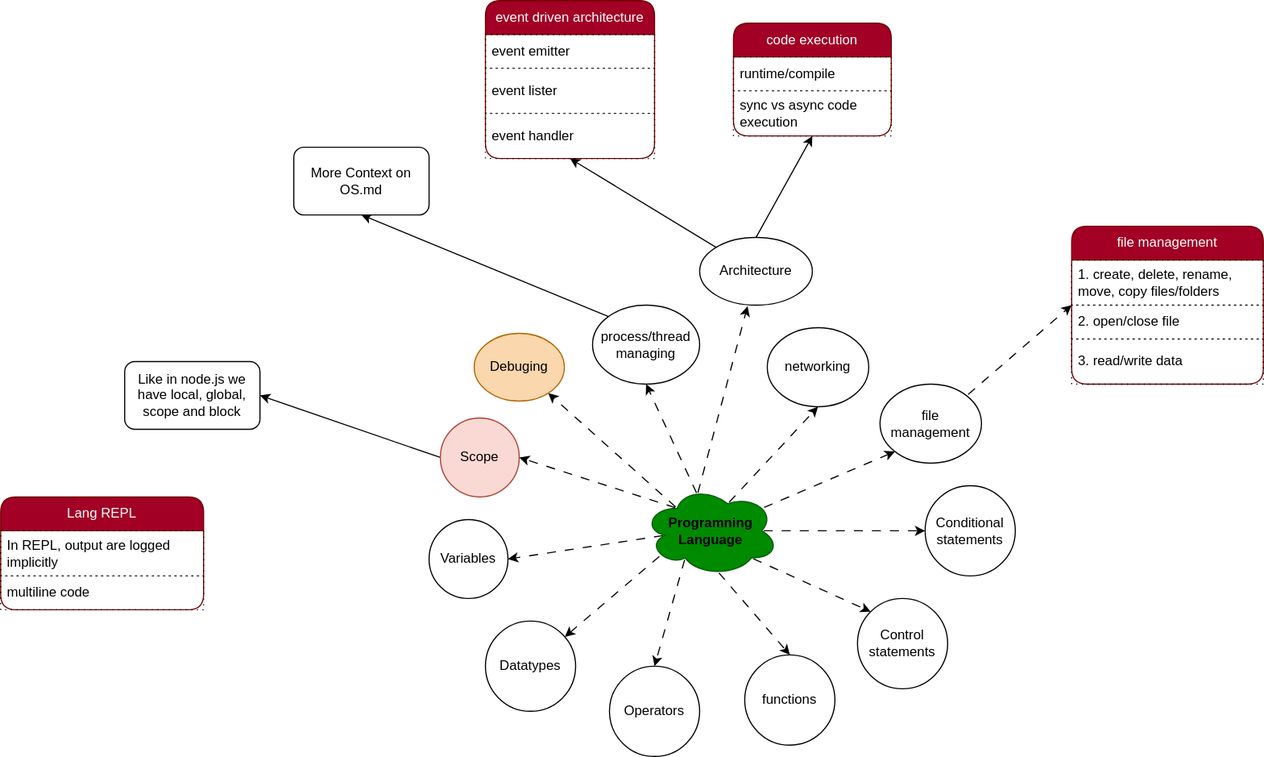
Earlier version of the draw.io export programming-langs/pl.svg (knkrn5/Programming-Concepts). Source tidied: cells renumbered, new cells last; positions are measured from the earlier drawing's top-left corner, leaving out a move shared by most shapes.
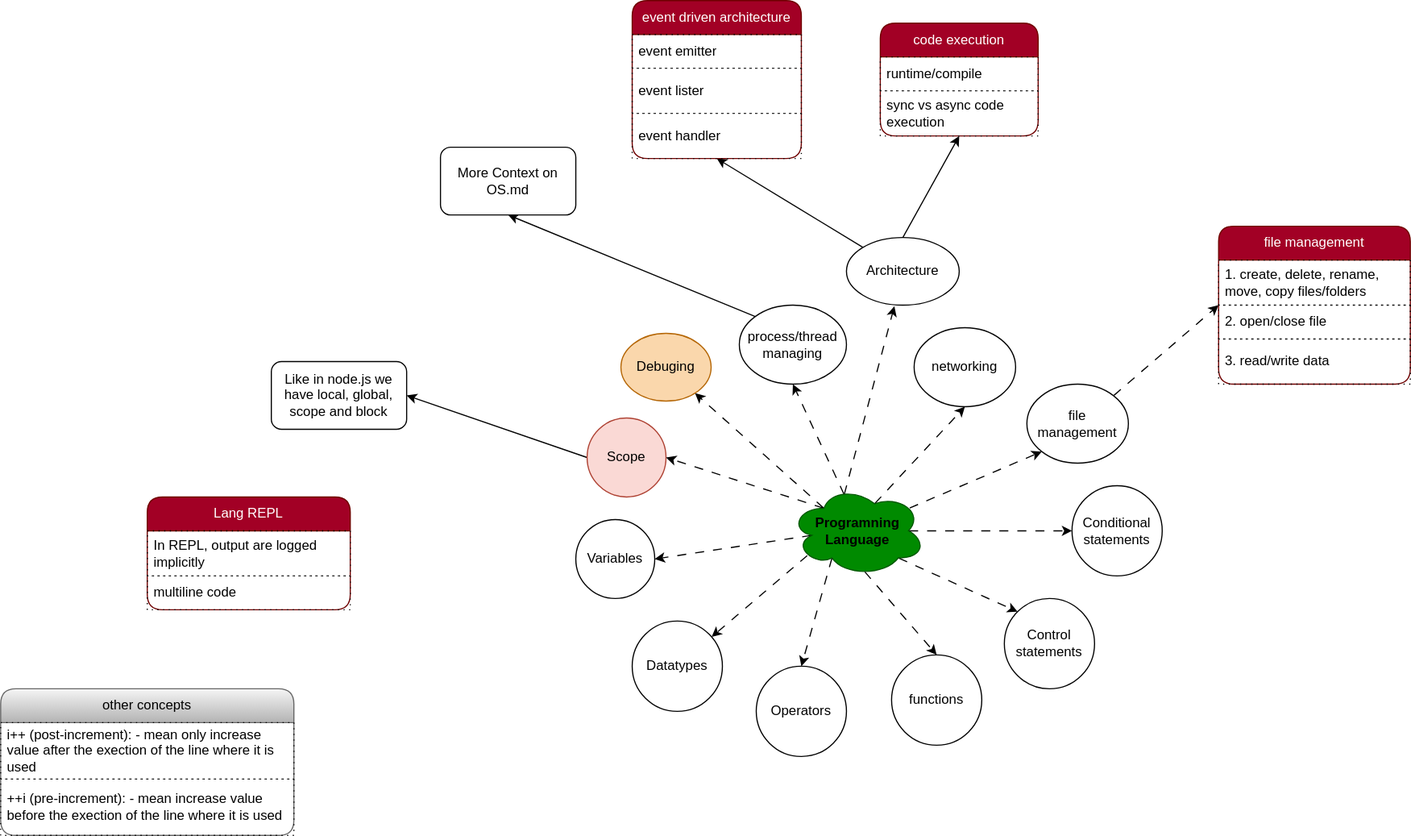
After the commit.

Diff of the diagram source:
```diff
@@ -110,6 +110,15 @@
     <mxCell id="37" value="multiline code" style="text;strokeColor=default;fillColor=none;align=left;verticalAlign=middle;spacingLeft=4;spacingRight=4;overflow=hidden;whiteSpace=wrap;html=1;dashed=1;dashPattern=1 4;" parent="35" vertex="1">
       <mxGeometry y="70" width="180" height="30" as="geometry" />
     </mxCell>
+    <mxCell id="48" value="other concepts" style="swimlane;fontStyle=0;horizontal=1;startSize=30;whiteSpace=wrap;html=1;rounded=1;fillColor=#f5f5f5;strokeColor=#666666;gradientColor=#b3b3b3;" parent="1" vertex="1">
+      <mxGeometry x="-130" y="610" width="260" height="130" as="geometry" />
+    </mxCell>
+    <mxCell id="49" value="i++ (post-increment): - mean only increase value after the exection of the line where it is used" style="text;strokeColor=default;fillColor=none;align=left;verticalAlign=middle;spacingLeft=4;spacingRight=4;overflow=hidden;whiteSpace=wrap;html=1;dashed=1;dashPattern=1 4;" parent="48" vertex="1">
+      <mxGeometry y="30" width="260" height="50" as="geometry" />
+    </mxCell>
+    <mxCell id="50" value="++i (pre-increment): - mean increase value before the exection of the line where it is used" style="text;strokeColor=default;fillColor=none;align=left;verticalAlign=middle;spacingLeft=4;spacingRight=4;overflow=hidden;whiteSpace=wrap;html=1;dashed=1;dashPattern=1 4;" parent="48" vertex="1">
+      <mxGeometry y="80" width="260" height="50" as="geometry" />
+    </mxCell>
     <mxCell id="38" value="file management" style="swimlane;fontStyle=0;horizontal=1;startSize=30;whiteSpace=wrap;html=1;rounded=1;fillColor=#a20025;fontColor=#ffffff;strokeColor=#6F0000;" parent="1" vertex="1">
       <mxGeometry x="950" y="200" width="170" height="140" as="geometry" />
     </mxCell>
```
